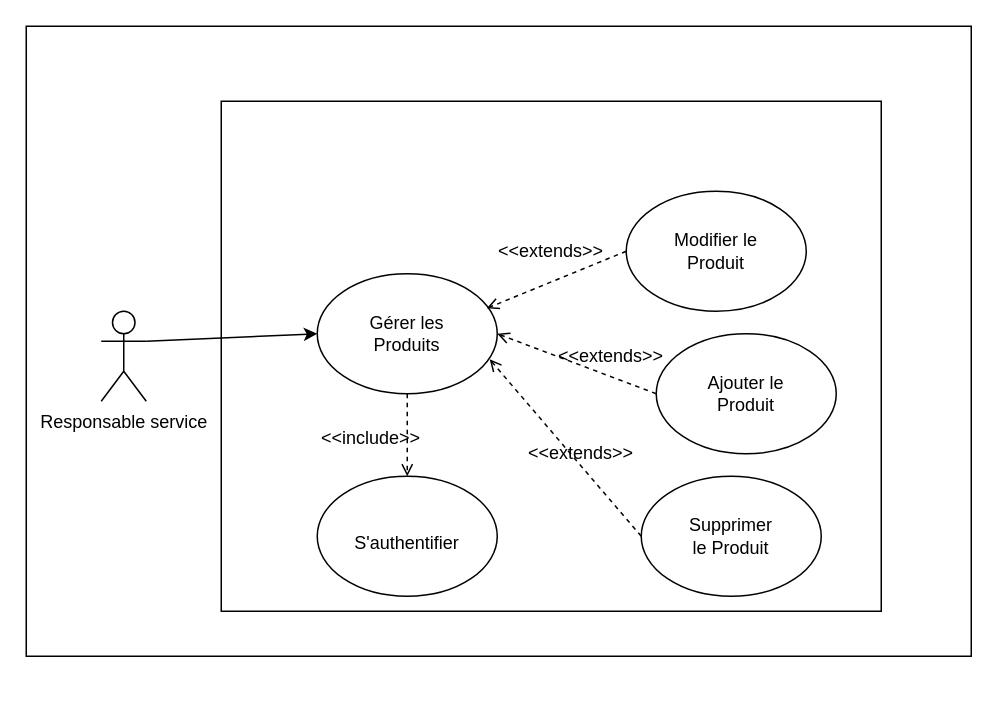
Above: rs.drawio in labidimahdi/diagrams (draw.io), before the change. Source tidied: cells renumbered, new cells numbered last; positions are measured from the earlier drawing's top-left corner, leaving out a move shared by most shapes. Both pictures are drawn from the tidied source at 150%, with x=0, y=0 at pixel (26, 26).
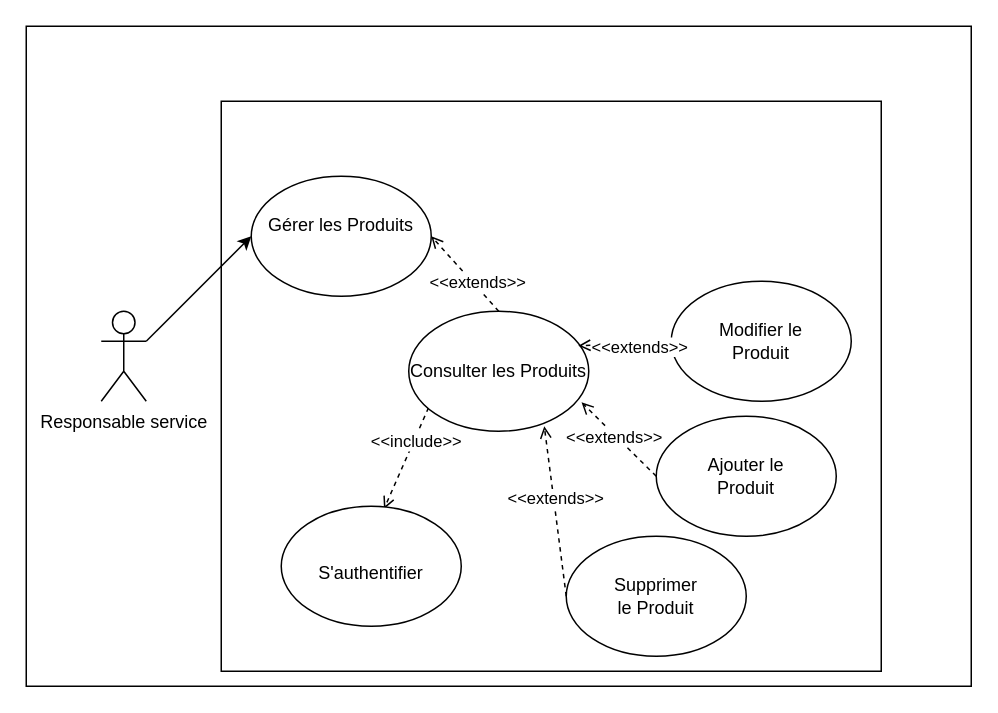
After the change.

Commit message:
Mettre à jour rs.drawio

Unchanged cells that the change refers to:
```xml
<mxCell id="5" value="Responsable service" style="shape=umlActor;verticalLabelPosition=bottom;verticalAlign=top;html=1;outlineConnect=0;" parent="1" vertex="1">
  <mxGeometry x="50" y="190" width="30" height="60" as="geometry" />
</mxCell>
<mxCell id="11" style="rounded=0;jettySize=auto;html=1;exitX=0;exitY=0.5;exitDx=0;exitDy=0;entryX=0.942;entryY=0.288;entryDx=0;entryDy=0;entryPerimeter=0;dashed=1;endArrow=open;endFill=0;" parent="1" edge="1" source="9" target="7">
  <mxGeometry relative="1" as="geometry" />
</mxCell>
<mxCell id="13" style="ellipse;whiteSpace=wrap;html=1;" parent="12" vertex="1">
  <mxGeometry width="120" height="80" as="geometry" />
</mxCell>
<mxCell id="17" style="ellipse;whiteSpace=wrap;html=1;" parent="16" vertex="1">
  <mxGeometry width="120" height="80" as="geometry" />
</mxCell>
<mxCell id="25" style="ellipse;whiteSpace=wrap;html=1;" parent="24" vertex="1">
  <mxGeometry width="120" height="80" as="geometry" />
</mxCell>
```

The edit, as a diff of the source:
```diff
@@
     <mxCell id="2" style="rounded=0;whiteSpace=wrap;html=1;" parent="1" vertex="1">
-      <mxGeometry width="630" height="420" as="geometry" />
+      <mxGeometry width="630" height="440" as="geometry" />
     </mxCell>
     <mxCell id="3" style="rounded=0;whiteSpace=wrap;html=1;" parent="1" vertex="1">
-      <mxGeometry x="130" y="50" width="440" height="340" as="geometry" />
+      <mxGeometry x="130" y="50" width="440" height="380" as="geometry" />
     </mxCell>
-    <mxCell id="4" style="edgeStyle=none;rounded=0;jettySize=auto;html=1;exitX=1;exitY=0.3333333333333333;exitDx=0;exitDy=0;exitPerimeter=0;entryX=0;entryY=0.5;entryDx=0;entryDy=0;" parent="1" edge="1" source="5" target="7">
-      <mxGeometry relative="1" as="geometry" />
-    </mxCell>
+    <mxCell id="28" style="rounded=0;jettySize=auto;html=1;exitX=1;exitY=0.3333333333333333;exitDx=0;exitDy=0;exitPerimeter=0;entryX=0;entryY=0.5;entryDx=0;entryDy=0;" parent="1" edge="1" source="5" target="23">
+      <mxGeometry relative="1" as="geometry" />
+    </mxCell>
@@
-    <mxCell id="6" style="edgeStyle=none;rounded=0;jettySize=auto;html=1;exitX=0.5;exitY=1;exitDx=0;exitDy=0;endArrow=open;endFill=0;dashed=1;" parent="1" edge="1" source="7">
-      <mxGeometry relative="1" as="geometry">
-        <mxPoint x="254" y="300" as="targetPoint" />
-      </mxGeometry>
+    <mxCell id="6" style="edgeStyle=none;rounded=0;jettySize=auto;html=1;exitX=0.11;exitY=0.803;exitDx=0;exitDy=0;endArrow=open;endFill=0;dashed=1;entryX=0.571;entryY=0.022;entryDx=0;entryDy=0;entryPerimeter=0;exitPerimeter=0;" parent="1" edge="1" source="7" target="25">
+      <mxGeometry relative="1" as="geometry" />
     </mxCell>
+    <mxCell id="27" value="&amp;lt;&amp;lt;include&amp;gt;&amp;gt;" style="edgeLabel;html=1;align=center;verticalAlign=middle;" parent="6" vertex="1">
+      <mxGeometry x="-0.36" y="1" relative="1" as="geometry" />
+    </mxCell>
+    <mxCell id="29" style="rounded=0;jettySize=auto;html=1;exitX=0.5;exitY=0;exitDx=0;exitDy=0;entryX=1;entryY=0.5;entryDx=0;entryDy=0;dashed=1;endArrow=open;endFill=0;" parent="1" edge="1" source="7" target="23">
+      <mxGeometry relative="1" as="geometry" />
+    </mxCell>
+    <mxCell id="30" value="&amp;lt;&amp;lt;extends&amp;gt;&amp;gt;" style="edgeLabel;html=1;align=center;verticalAlign=middle;" parent="29" vertex="1">
+      <mxGeometry x="-0.29" y="-2" relative="1" as="geometry" />
+    </mxCell>
-    <mxCell id="7" style="ellipse;whiteSpace=wrap;html=1;" parent="1" vertex="1">
-      <mxGeometry x="194" y="165" width="120" height="80" as="geometry" />
+    <mxCell id="7" value="Consulter les Produits" style="ellipse;whiteSpace=wrap;html=1;" parent="1" vertex="1">
+      <mxGeometry x="255" y="190" width="120" height="80" as="geometry" />
     </mxCell>
     <mxCell id="8" style="group;" parent="1" vertex="1">
-      <mxGeometry x="400" y="110" width="120" height="80" as="geometry" />
+      <mxGeometry x="430" y="170" width="120" height="80" as="geometry" />
     </mxCell>
@@
+    <mxCell id="31" value="&amp;lt;&amp;lt;extends&amp;gt;&amp;gt;" style="edgeLabel;html=1;align=center;verticalAlign=middle;" parent="11" vertex="1">
+      <mxGeometry x="-0.29" y="2" relative="1" as="geometry" />
+    </mxCell>
     <mxCell id="12" style="group;" parent="1" vertex="1">
-      <mxGeometry x="420" y="205" width="120" height="80" as="geometry" />
+      <mxGeometry x="420" y="260" width="120" height="80" as="geometry" />
     </mxCell>
@@
-    <mxCell id="15" style="rounded=0;jettySize=auto;html=1;exitX=0;exitY=0.5;exitDx=0;exitDy=0;entryX=1;entryY=0.5;entryDx=0;entryDy=0;entryPerimeter=0;dashed=1;endArrow=open;endFill=0;" parent="1" edge="1" source="13" target="7">
+    <mxCell id="15" style="rounded=0;jettySize=auto;html=1;exitX=0;exitY=0.5;exitDx=0;exitDy=0;dashed=1;endArrow=open;endFill=0;entryX=0.96;entryY=0.759;entryDx=0;entryDy=0;entryPerimeter=0;" parent="1" edge="1" source="13" target="7">
       <mxGeometry relative="1" as="geometry" />
     </mxCell>
+    <mxCell id="32" value="&amp;lt;&amp;lt;extends&amp;gt;&amp;gt;" style="edgeLabel;html=1;align=center;verticalAlign=middle;" parent="15" vertex="1">
+      <mxGeometry x="0.1" y="1" relative="1" as="geometry" />
+    </mxCell>
     <mxCell id="16" style="group;" parent="1" vertex="1">
-      <mxGeometry x="410" y="300" width="120" height="80" as="geometry" />
+      <mxGeometry x="360" y="340" width="120" height="80" as="geometry" />
     </mxCell>
@@
-    <mxCell id="19" style="rounded=0;jettySize=auto;html=1;exitX=0;exitY=0.5;exitDx=0;exitDy=0;entryX=0.958;entryY=0.713;entryDx=0;entryDy=0;entryPerimeter=0;dashed=1;endArrow=open;endFill=0;" parent="1" edge="1" source="17" target="7">
+    <mxCell id="19" style="rounded=0;jettySize=auto;html=1;exitX=0;exitY=0.5;exitDx=0;exitDy=0;dashed=1;endArrow=open;endFill=0;entryX=0.753;entryY=0.958;entryDx=0;entryDy=0;entryPerimeter=0;" parent="1" edge="1" source="17" target="7">
       <mxGeometry relative="1" as="geometry" />
     </mxCell>
-    <mxCell id="20" value="&amp;lt;&amp;lt;extends&amp;gt;&amp;gt;" style="text;html=1;strokeColor=none;fillColor=none;align=center;verticalAlign=middle;whiteSpace=wrap;rounded=0;" parent="1" vertex="1">
-      <mxGeometry x="320" y="135" width="60" height="30" as="geometry" />
-    </mxCell>
-    <mxCell id="21" value="&amp;lt;&amp;lt;extends&amp;gt;&amp;gt;" style="text;html=1;strokeColor=none;fillColor=none;align=center;verticalAlign=middle;whiteSpace=wrap;rounded=0;" parent="1" vertex="1">
-      <mxGeometry x="340" y="270" width="60" height="30" as="geometry" />
-    </mxCell>
-    <mxCell id="22" value="&amp;lt;&amp;lt;extends&amp;gt;&amp;gt;" style="text;html=1;strokeColor=none;fillColor=none;align=center;verticalAlign=middle;whiteSpace=wrap;rounded=0;" parent="1" vertex="1">
-      <mxGeometry x="360" y="205" width="60" height="30" as="geometry" />
-    </mxCell>
-    <mxCell id="23" value="Gérer les Produits" style="text;html=1;strokeColor=none;fillColor=none;align=center;verticalAlign=middle;whiteSpace=wrap;rounded=0;" parent="1" vertex="1">
-      <mxGeometry x="216" y="190" width="76" height="30" as="geometry" />
-    </mxCell>
+    <mxCell id="33" value="&amp;lt;&amp;lt;extends&amp;gt;&amp;gt;" style="edgeLabel;html=1;align=center;verticalAlign=middle;" parent="19" vertex="1">
+      <mxGeometry x="0.15" y="-1" relative="1" as="geometry" />
+    </mxCell>
     <mxCell id="24" style="group;" parent="1" vertex="1">
-      <mxGeometry x="194" y="300" width="120" height="80" as="geometry" />
+      <mxGeometry x="170" y="320" width="120" height="80" as="geometry" />
     </mxCell>
@@
-    <mxCell id="27" value="&amp;lt;&amp;lt;include&amp;gt;&amp;gt;" style="text;html=1;strokeColor=none;fillColor=none;align=center;verticalAlign=middle;whiteSpace=wrap;rounded=0;" parent="1" vertex="1">
-      <mxGeometry x="200" y="260" width="60" height="30" as="geometry" />
-    </mxCell>
+    <mxCell id="23" value="Gérer les Produits&lt;br&gt;&amp;nbsp;" style="ellipse;whiteSpace=wrap;html=1;" parent="1" vertex="1">
+      <mxGeometry x="150" y="100" width="120" height="80" as="geometry" />
+    </mxCell>
```
